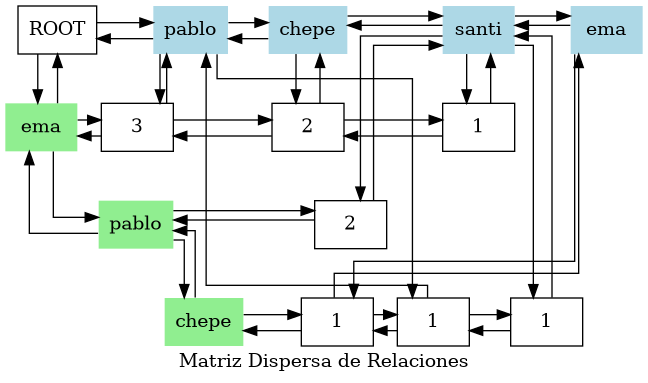
Above: Fase1/Reporte/Relaciones.png in JoseGar2726/-EDD-2S2025_202401166 (Graphviz), before the change. Its source is kept beside it as Fase1/Reporte/Relaciones.dot.
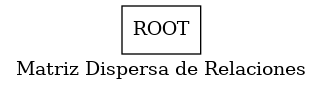
After the commit.

What changed in the source:
```diff
@@ -3,64 +3,5 @@
   rankdir=TB;
   node [shape=record, style=filled, fillcolor=white];
   label = "Matriz Dispersa de Relaciones";
-  { rank=same; "ROOT"; "col_pablo";  "col_pablo" [label="pablo", shape=plaintext, fillcolor=lightblue];
- "col_chepe";  "col_chepe" [label="chepe", shape=plaintext, fillcolor=lightblue];
- "col_santi";  "col_santi" [label="santi", shape=plaintext, fillcolor=lightblue];
- "col_ema";  "col_ema" [label="ema", shape=plaintext, fillcolor=lightblue];
- }
-  "row_ema" [label="ema", shape=plaintext, fillcolor=lightgreen];
-  "row_pablo" [label="pablo", shape=plaintext, fillcolor=lightgreen];
-  "row_chepe" [label="chepe", shape=plaintext, fillcolor=lightgreen];
-  "ROOT" -> "col_pablo";
-  "col_pablo" -> "ROOT";
-  "ROOT" -> "row_ema";
-  "row_ema" -> "ROOT";
-  "col_pablo" -> "col_chepe";
-  "col_chepe" -> "col_pablo";
-  "col_chepe" -> "col_santi";
-  "col_santi" -> "col_chepe";
-  "col_santi" -> "col_ema";
-  "col_ema" -> "col_santi";
-  "row_ema" -> "row_pablo";
-  "row_pablo" -> "row_ema";
-  "row_pablo" -> "row_chepe";
-  "row_chepe" -> "row_pablo";
-  { rank=same; "row_ema"; "f_ema_c_pablo"; "f_ema_c_chepe"; "f_ema_c_santi"; }
-  "f_ema_c_pablo" [label="3"];
-  "row_ema" -> "f_ema_c_pablo";
-  "f_ema_c_pablo" -> "row_ema";
-  "col_pablo" -> "f_ema_c_pablo";
-  "f_ema_c_pablo" -> "col_pablo";
-  "f_ema_c_chepe" [label="2"];
-  "f_ema_c_pablo" -> "f_ema_c_chepe";
-  "f_ema_c_chepe" -> "f_ema_c_pablo";
-  "col_chepe" -> "f_ema_c_chepe";
-  "f_ema_c_chepe" -> "col_chepe";
-  "f_ema_c_santi" [label="1"];
-  "f_ema_c_chepe" -> "f_ema_c_santi";
-  "f_ema_c_santi" -> "f_ema_c_chepe";
-  "col_santi" -> "f_ema_c_santi";
-  "f_ema_c_santi" -> "col_santi";
-  { rank=same; "row_pablo"; "f_pablo_c_santi"; }
-  "f_pablo_c_santi" [label="2"];
-  "row_pablo" -> "f_pablo_c_santi";
-  "f_pablo_c_santi" -> "row_pablo";
-  "col_santi" -> "f_pablo_c_santi";
-  "f_pablo_c_santi" -> "col_santi";
-  { rank=same; "row_chepe"; "f_chepe_c_ema"; "f_chepe_c_pablo"; "f_chepe_c_santi"; }
-  "f_chepe_c_ema" [label="1"];
-  "row_chepe" -> "f_chepe_c_ema";
-  "f_chepe_c_ema" -> "row_chepe";
-  "col_ema" -> "f_chepe_c_ema";
-  "f_chepe_c_ema" -> "col_ema";
-  "f_chepe_c_pablo" [label="1"];
-  "f_chepe_c_ema" -> "f_chepe_c_pablo";
-  "f_chepe_c_pablo" -> "f_chepe_c_ema";
-  "col_pablo" -> "f_chepe_c_pablo";
-  "f_chepe_c_pablo" -> "col_pablo";
-  "f_chepe_c_santi" [label="1"];
-  "f_chepe_c_pablo" -> "f_chepe_c_santi";
-  "f_chepe_c_santi" -> "f_chepe_c_pablo";
-  "col_santi" -> "f_chepe_c_santi";
-  "f_chepe_c_santi" -> "col_santi";
+  { rank=same; "ROOT"; }
 }
```
